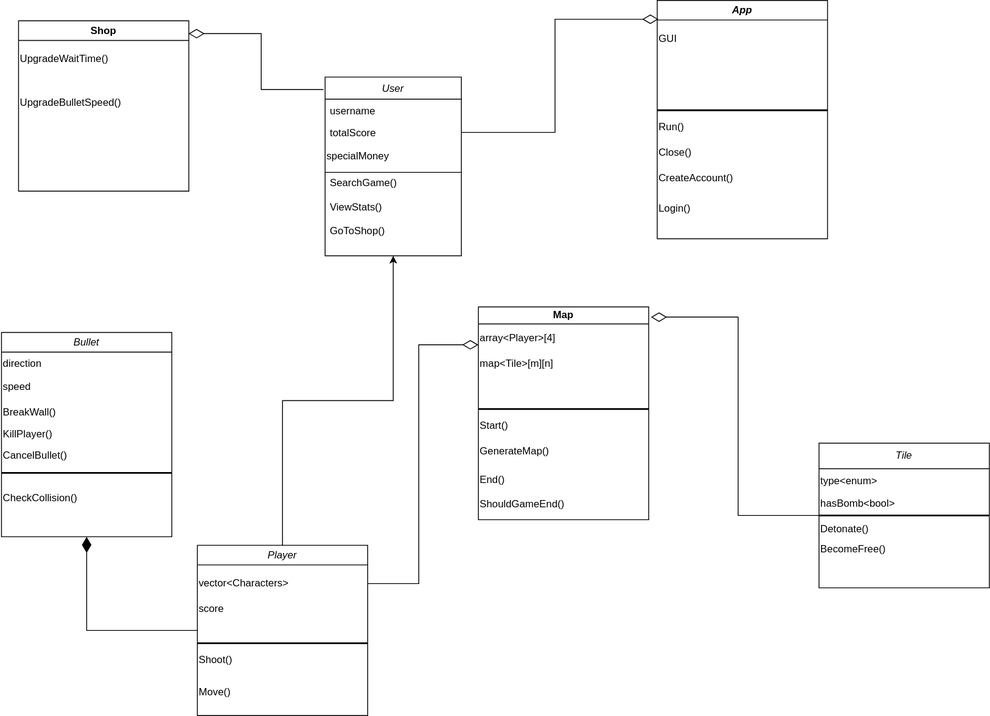
bogdanmb04/modern-c-project keeps this draw.io diagram as BattleCity.svg. Above is the earlier version. Source tidied: cells renumbered, new cells last; positions are measured from the earlier drawing's top-left corner, leaving out a move shared by most shapes.
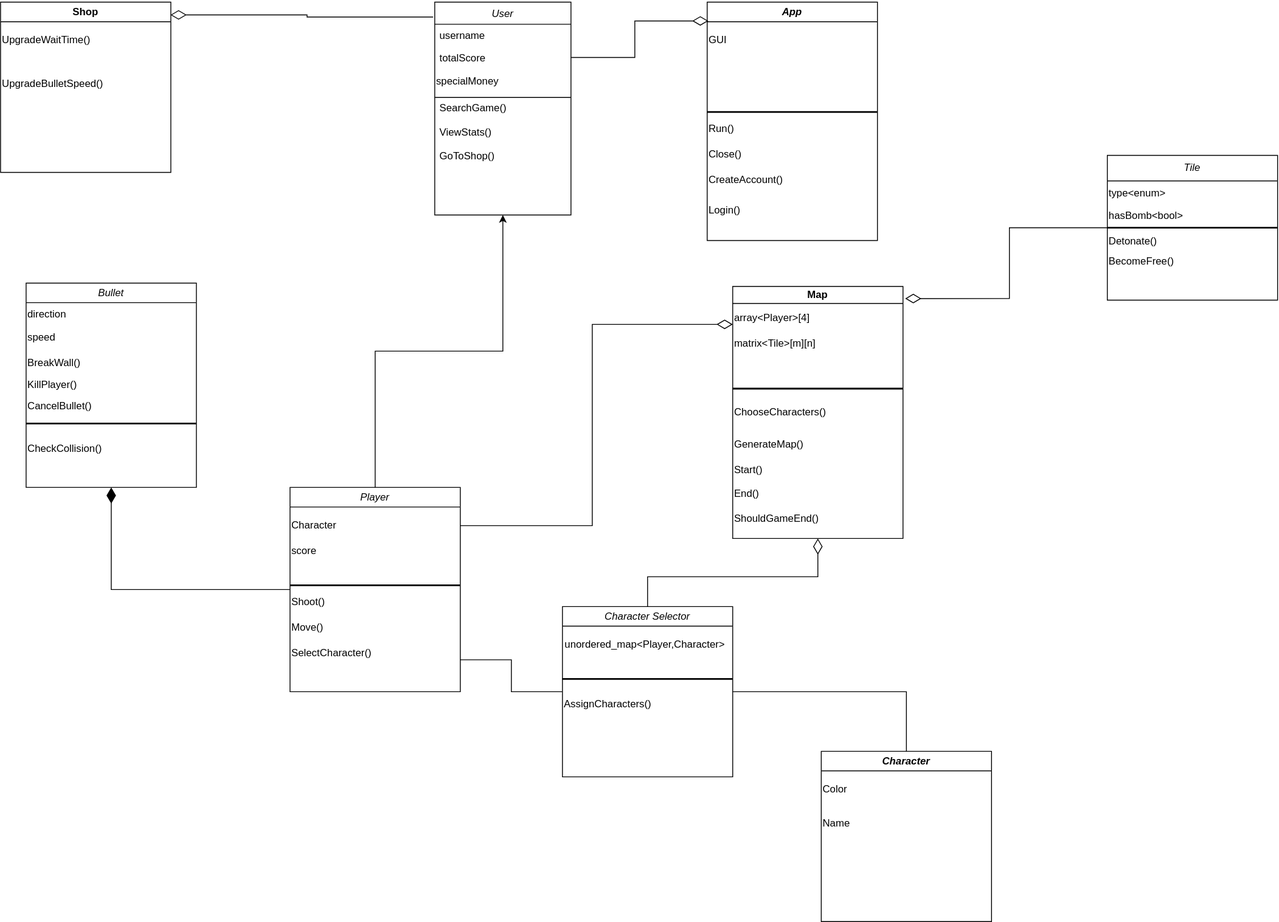
After the commit.

Change to the diagram source:
```diff
@@ -3,7 +3,7 @@
     <mxCell id="0" />
     <mxCell id="1" parent="0" />
     <mxCell id="2" value="User" style="swimlane;fontStyle=2;align=center;verticalAlign=top;horizontal=1;startSize=26;rounded=0;shadow=0;strokeWidth=1;" parent="1" vertex="1">
-      <mxGeometry x="380" y="90" width="160" height="210" as="geometry" />
+      <mxGeometry x="560" y="-30" width="160" height="250" as="geometry" />
     </mxCell>
     <mxCell id="3" value="username" style="text;align=left;verticalAlign=top;spacingLeft=4;spacingRight=4;overflow=hidden;" parent="2" vertex="1">
       <mxGeometry y="26" width="160" height="26" as="geometry" />
@@ -21,34 +21,37 @@
       <mxGeometry y="116" width="160" height="84" as="geometry" />
     </mxCell>
     <mxCell id="8" value="Map" style="swimlane;whiteSpace=wrap;html=1;startSize=20;" parent="1" vertex="1">
-      <mxGeometry x="560" y="360" width="200" height="250" as="geometry" />
+      <mxGeometry x="910" y="304" width="200" height="296" as="geometry" />
     </mxCell>
     <mxCell id="9" value="array&amp;lt;Player&amp;gt;[4]" style="text;html=1;align=left;verticalAlign=middle;whiteSpace=wrap;rounded=0;" parent="8" vertex="1">
       <mxGeometry y="22" width="200" height="30" as="geometry" />
     </mxCell>
-    <mxCell id="10" value="map&amp;lt;Tile&amp;gt;[m][n]" style="text;html=1;align=left;verticalAlign=middle;whiteSpace=wrap;rounded=0;" parent="8" vertex="1">
+    <mxCell id="10" value="matrix&amp;lt;Tile&amp;gt;[m][n]" style="text;html=1;align=left;verticalAlign=middle;whiteSpace=wrap;rounded=0;" parent="8" vertex="1">
       <mxGeometry y="52" width="200" height="30" as="geometry" />
     </mxCell>
     <mxCell id="11" style="line;strokeWidth=2;html=1;" parent="8" vertex="1">
       <mxGeometry y="115" width="200" height="10" as="geometry" />
     </mxCell>
     <mxCell id="12" value="Start()" style="text;html=1;align=left;verticalAlign=middle;whiteSpace=wrap;rounded=0;" parent="8" vertex="1">
-      <mxGeometry y="125" width="200" height="30" as="geometry" />
+      <mxGeometry y="201" width="200" height="30" as="geometry" />
     </mxCell>
     <mxCell id="13" value="End()" style="text;html=1;align=left;verticalAlign=middle;whiteSpace=wrap;rounded=0;" parent="8" vertex="1">
-      <mxGeometry y="190" width="200" height="25" as="geometry" />
+      <mxGeometry y="231" width="200" height="25" as="geometry" />
     </mxCell>
     <mxCell id="14" value="GenerateMap()" style="text;html=1;align=left;verticalAlign=middle;whiteSpace=wrap;rounded=0;" parent="8" vertex="1">
-      <mxGeometry y="155" width="200" height="30" as="geometry" />
+      <mxGeometry y="171" width="200" height="30" as="geometry" />
     </mxCell>
     <mxCell id="15" value="ShouldGameEnd()" style="text;html=1;align=left;verticalAlign=middle;whiteSpace=wrap;rounded=0;" parent="8" vertex="1">
-      <mxGeometry y="217" width="200" height="30" as="geometry" />
+      <mxGeometry y="258" width="200" height="30" as="geometry" />
     </mxCell>
+    <mxCell id="52" value="ChooseCharacters()" style="text;html=1;align=left;verticalAlign=middle;whiteSpace=wrap;rounded=0;" parent="8" vertex="1">
+      <mxGeometry y="133" width="200" height="30" as="geometry" />
+    </mxCell>
     <mxCell id="16" style="edgeStyle=orthogonalEdgeStyle;rounded=0;jettySize=auto;html=1;entryX=1.013;entryY=0.048;entryDx=0;entryDy=0;entryPerimeter=0;endArrow=diamondThin;endFill=0;endSize=16;" parent="1" edge="1" source="17" target="8">
       <mxGeometry relative="1" as="geometry" />
     </mxCell>
     <mxCell id="17" value="&lt;span style=&quot;font-weight: normal;&quot;&gt;&lt;i&gt;Tile&lt;/i&gt;&lt;/span&gt;" style="swimlane;whiteSpace=wrap;html=1;startSize=30;" parent="1" vertex="1">
-      <mxGeometry x="960" y="520" width="200" height="170" as="geometry" />
+      <mxGeometry x="1350" y="150" width="200" height="170" as="geometry" />
     </mxCell>
     <mxCell id="18" value="type&amp;lt;enum&amp;gt;" style="text;html=1;align=left;verticalAlign=middle;whiteSpace=wrap;rounded=0;" parent="17" vertex="1">
       <mxGeometry y="30" width="200" height="30" as="geometry" />
@@ -66,7 +69,7 @@
       <mxGeometry y="110" width="200" height="30" as="geometry" />
     </mxCell>
     <mxCell id="23" value="&lt;span style=&quot;font-weight: normal;&quot;&gt;&lt;i&gt;Bullet&lt;/i&gt;&lt;/span&gt;" style="swimlane;whiteSpace=wrap;html=1;" parent="1" vertex="1">
-      <mxGeometry y="390" width="200" height="240" as="geometry" />
+      <mxGeometry x="80" y="300" width="200" height="240" as="geometry" />
     </mxCell>
     <mxCell id="24" value="direction" style="text;html=1;align=left;verticalAlign=middle;whiteSpace=wrap;rounded=0;" parent="23" vertex="1">
       <mxGeometry y="24.5" width="190.5" height="24.5" as="geometry" />
@@ -90,7 +93,7 @@
       <mxGeometry y="130" width="200" height="30" as="geometry" />
     </mxCell>
     <mxCell id="31" value="App" style="swimlane;whiteSpace=wrap;html=1;fontStyle=3;" parent="1" vertex="1">
-      <mxGeometry x="770" width="200" height="280" as="geometry" />
+      <mxGeometry x="880" y="-30" width="200" height="280" as="geometry" />
     </mxCell>
     <mxCell id="32" style="line;strokeWidth=2;html=1;" parent="31" vertex="1">
       <mxGeometry y="124" width="200" height="10" as="geometry" />
@@ -117,9 +120,9 @@
       <mxGeometry relative="1" as="geometry" />
     </mxCell>
     <mxCell id="40" value="&lt;i style=&quot;font-weight: normal;&quot;&gt;Player&lt;/i&gt;" style="swimlane;whiteSpace=wrap;html=1;align=center;" parent="1" vertex="1">
-      <mxGeometry x="230" y="640" width="200" height="200" as="geometry" />
+      <mxGeometry x="390" y="540" width="200" height="240" as="geometry" />
     </mxCell>
-    <mxCell id="41" value="vector&amp;lt;Characters&amp;gt;" style="text;html=1;align=left;verticalAlign=middle;whiteSpace=wrap;rounded=0;" parent="40" vertex="1">
+    <mxCell id="41" value="Character" style="text;html=1;align=left;verticalAlign=middle;whiteSpace=wrap;rounded=0;" parent="40" vertex="1">
       <mxGeometry y="30" width="200" height="30" as="geometry" />
     </mxCell>
     <mxCell id="42" style="line;strokeWidth=2;html=1;" parent="40" vertex="1">
@@ -129,11 +132,14 @@
       <mxGeometry y="120" width="200" height="30" as="geometry" />
     </mxCell>
     <mxCell id="44" value="Move()" style="text;html=1;align=left;verticalAlign=middle;whiteSpace=wrap;rounded=0;" parent="40" vertex="1">
-      <mxGeometry y="158" width="200" height="30" as="geometry" />
+      <mxGeometry y="150" width="200" height="30" as="geometry" />
     </mxCell>
     <mxCell id="45" value="score" style="text;html=1;align=left;verticalAlign=middle;whiteSpace=wrap;rounded=0;" parent="40" vertex="1">
       <mxGeometry y="60" width="200" height="30" as="geometry" />
     </mxCell>
+    <mxCell id="53" value="SelectCharacter()" style="text;html=1;align=left;verticalAlign=middle;whiteSpace=wrap;rounded=0;" parent="40" vertex="1">
+      <mxGeometry y="180" width="200" height="30" as="geometry" />
+    </mxCell>
     <mxCell id="46" style="edgeStyle=orthogonalEdgeStyle;rounded=0;jettySize=auto;html=1;entryX=0;entryY=0.75;entryDx=0;entryDy=0;endArrow=diamondThin;endFill=0;endSize=16;" parent="1" edge="1" source="41" target="9">
       <mxGeometry relative="1" as="geometry" />
     </mxCell>
@@ -141,7 +147,7 @@
       <mxGeometry relative="1" as="geometry" />
     </mxCell>
     <mxCell id="48" value="Shop" style="swimlane;whiteSpace=wrap;html=1;" parent="1" vertex="1">
-      <mxGeometry x="20" y="24" width="200" height="200" as="geometry" />
+      <mxGeometry x="50" y="-30" width="200" height="200" as="geometry" />
     </mxCell>
     <mxCell id="49" value="UpgradeWaitTime()" style="text;html=1;align=left;verticalAlign=middle;whiteSpace=wrap;rounded=0;" parent="48" vertex="1">
       <mxGeometry y="30" width="200" height="30" as="geometry" />
@@ -152,5 +158,35 @@
     <mxCell id="51" style="edgeStyle=orthogonalEdgeStyle;rounded=0;jettySize=auto;html=1;entryX=0.998;entryY=0.075;entryDx=0;entryDy=0;entryPerimeter=0;endArrow=diamondThin;endFill=0;endSize=16;exitX=-0.012;exitY=0.07;exitDx=0;exitDy=0;exitPerimeter=0;" parent="1" edge="1" source="2" target="48">
       <mxGeometry relative="1" as="geometry" />
     </mxCell>
+    <mxCell id="54" style="edgeStyle=orthogonalEdgeStyle;rounded=0;jettySize=auto;html=1;entryX=0.5;entryY=0;entryDx=0;entryDy=0;endArrow=none;endFill=0;" parent="1" edge="1" source="57" target="61">
+      <mxGeometry relative="1" as="geometry" />
+    </mxCell>
+    <mxCell id="55" style="edgeStyle=orthogonalEdgeStyle;rounded=0;jettySize=auto;html=1;exitX=0.5;exitY=0;exitDx=0;exitDy=0;entryX=0.5;entryY=1;entryDx=0;entryDy=0;endArrow=diamondThin;endFill=0;endSize=16;" parent="1" edge="1" source="57" target="8">
+      <mxGeometry relative="1" as="geometry" />
+    </mxCell>
+    <mxCell id="56" style="edgeStyle=orthogonalEdgeStyle;rounded=0;jettySize=auto;html=1;exitX=0;exitY=0.5;exitDx=0;exitDy=0;entryX=1;entryY=0.75;entryDx=0;entryDy=0;endArrow=none;endFill=0;" parent="1" edge="1" source="57" target="53">
+      <mxGeometry relative="1" as="geometry" />
+    </mxCell>
+    <mxCell id="57" value="&lt;i style=&quot;font-weight: normal;&quot;&gt;Character Selector&lt;/i&gt;" style="swimlane;whiteSpace=wrap;html=1;" parent="1" vertex="1">
+      <mxGeometry x="710" y="680" width="200" height="200" as="geometry" />
+    </mxCell>
+    <mxCell id="58" value="unordered_map&amp;lt;Player,Character&amp;gt;" style="text;html=1;align=left;verticalAlign=middle;whiteSpace=wrap;rounded=0;" parent="57" vertex="1">
+      <mxGeometry x="1" y="30" width="200" height="30" as="geometry" />
+    </mxCell>
+    <mxCell id="59" style="line;strokeWidth=2;html=1;" parent="57" vertex="1">
+      <mxGeometry y="80" width="200" height="10" as="geometry" />
+    </mxCell>
+    <mxCell id="60" value="&lt;div align=&quot;left&quot;&gt;AssignCharacters()&lt;/div&gt;" style="text;html=1;align=left;verticalAlign=middle;whiteSpace=wrap;rounded=0;" parent="57" vertex="1">
+      <mxGeometry y="100" width="200" height="30" as="geometry" />
+    </mxCell>
+    <mxCell id="61" value="&lt;i&gt;Character&lt;/i&gt;" style="swimlane;whiteSpace=wrap;html=1;startSize=23;" parent="1" vertex="1">
+      <mxGeometry x="1014" y="850" width="200" height="200" as="geometry" />
+    </mxCell>
+    <mxCell id="62" value="Color" style="text;html=1;align=left;verticalAlign=middle;whiteSpace=wrap;rounded=0;" parent="61" vertex="1">
+      <mxGeometry y="30" width="200" height="30" as="geometry" />
+    </mxCell>
+    <mxCell id="63" value="Name" style="text;html=1;align=left;verticalAlign=middle;whiteSpace=wrap;rounded=0;" parent="61" vertex="1">
+      <mxGeometry y="70" width="200" height="30" as="geometry" />
+    </mxCell>
   </root>
 </mxGraphModel>
```
